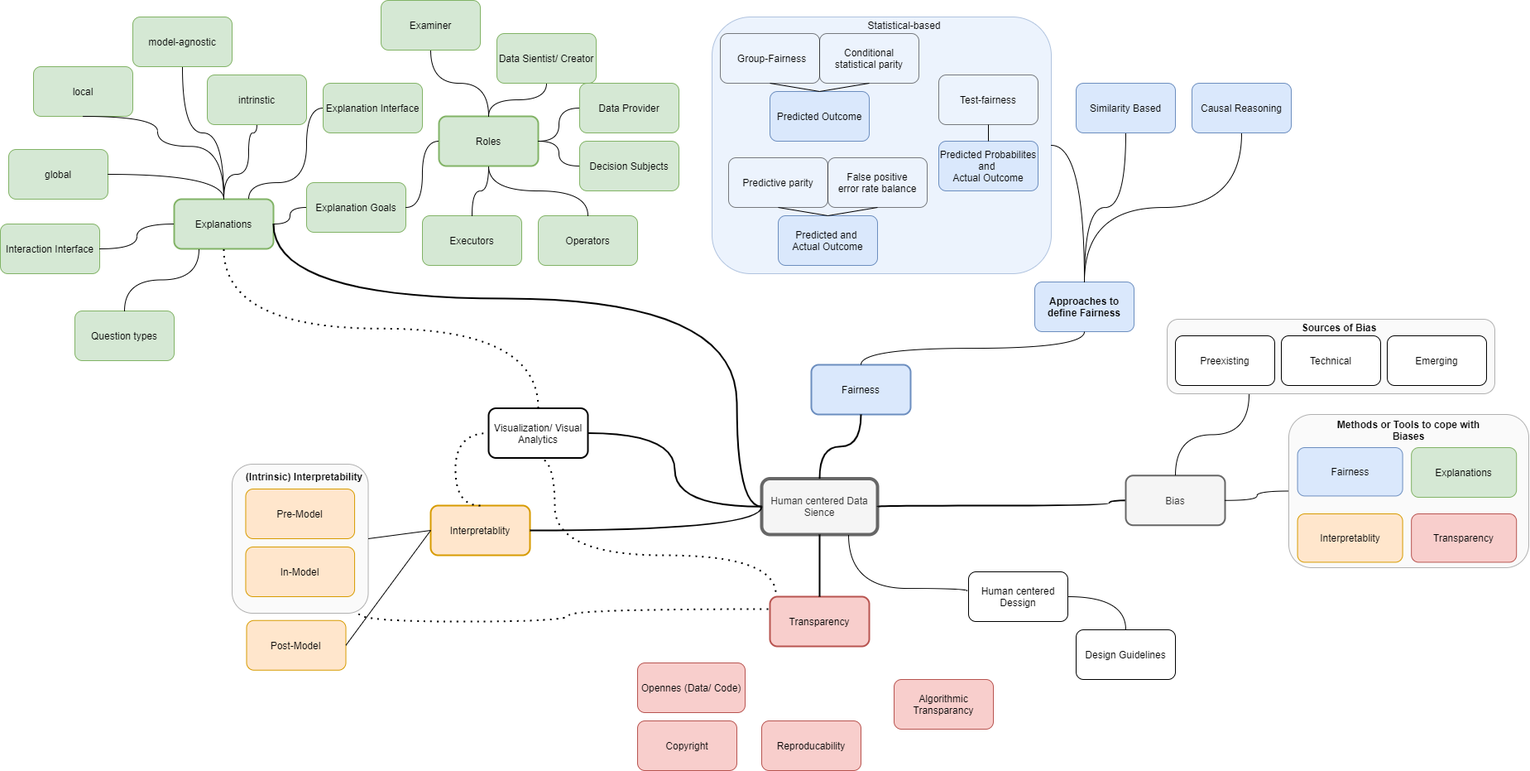
Earlier version of the draw.io export assignments/A7_Ethics/albe/albe_mind_map.png (FUB-HCC/hcds-winter-2020). Source tidied: cells renumbered, new cells last; positions are measured from the earlier drawing's top-left corner, leaving out a move shared by most shapes.
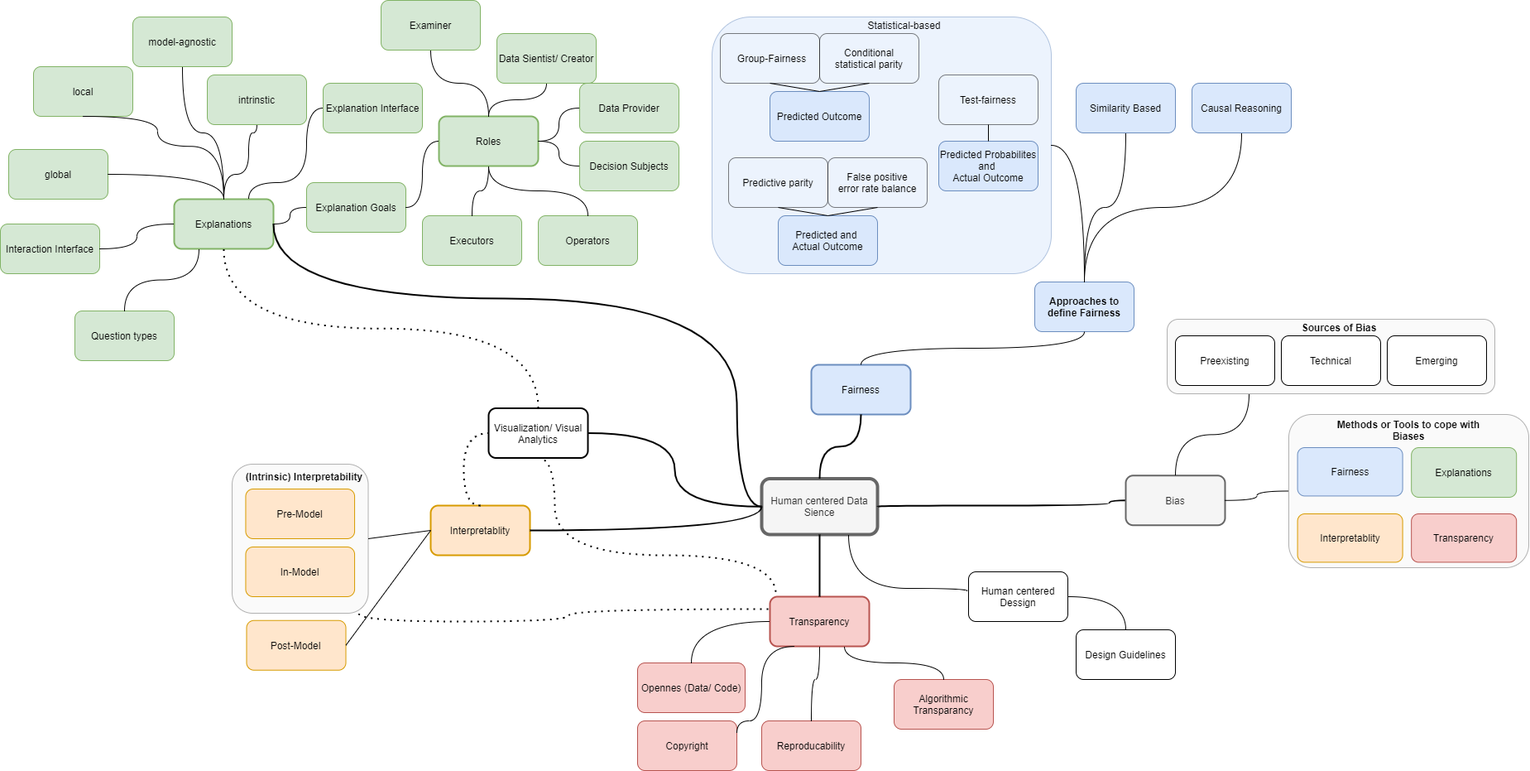
The same file after the commit.

Commit message:
correcting mindmap

Diff of the diagram source:
```diff
@@ -271,8 +271,8 @@
     <mxCell id="79" style="endArrow=none;dashed=1;html=1;dashPattern=1 3;strokeWidth=2;shadow=0;exitX=0.5;exitY=0;exitDx=0;exitDy=0;entryX=0;entryY=0.5;entryDx=0;entryDy=0;edgeStyle=orthogonalEdgeStyle;curved=1;" parent="1" edge="1" source="8" target="17">
       <mxGeometry relative="1" as="geometry">
         <Array as="points">
-          <mxPoint x="550" y="610" />
-          <mxPoint x="550" y="523" />
+          <mxPoint x="560" y="610" />
+          <mxPoint x="560" y="522" />
         </Array>
       </mxGeometry>
     </mxCell>
@@ -362,5 +362,28 @@
     <mxCell id="104" style="endArrow=none;html=1;shadow=0;strokeWidth=1;exitX=1;exitY=0.5;exitDx=0;exitDy=0;entryX=0.5;entryY=0;entryDx=0;entryDy=0;edgeStyle=orthogonalEdgeStyle;curved=1;" parent="1" edge="1" source="102" target="22">
       <mxGeometry relative="1" as="geometry" />
     </mxCell>
+    <mxCell id="105" style="endArrow=none;html=1;shadow=0;strokeWidth=1;entryX=0.5;entryY=0;entryDx=0;entryDy=0;edgeStyle=orthogonalEdgeStyle;curved=1;" parent="1" edge="1" source="3" target="5">
+      <mxGeometry relative="1" as="geometry" />
+    </mxCell>
+    <mxCell id="106" style="endArrow=none;html=1;shadow=0;strokeWidth=1;exitX=0.25;exitY=1;exitDx=0;exitDy=0;entryX=1;entryY=0.25;entryDx=0;entryDy=0;edgeStyle=orthogonalEdgeStyle;curved=1;" parent="1" edge="1" source="3" target="6">
+      <mxGeometry relative="1" as="geometry">
+        <Array as="points">
+          <mxPoint x="920" y="780" />
+          <mxPoint x="920" y="870" />
+          <mxPoint x="890" y="870" />
+        </Array>
+      </mxGeometry>
+    </mxCell>
+    <mxCell id="107" style="endArrow=none;html=1;shadow=0;strokeWidth=1;exitX=0.5;exitY=1;exitDx=0;exitDy=0;entryX=0.5;entryY=0;entryDx=0;entryDy=0;edgeStyle=orthogonalEdgeStyle;curved=1;" parent="1" edge="1" source="3" target="4">
+      <mxGeometry relative="1" as="geometry">
+        <Array as="points">
+          <mxPoint x="990" y="820" />
+          <mxPoint x="980" y="820" />
+        </Array>
+      </mxGeometry>
+    </mxCell>
+    <mxCell id="108" style="endArrow=none;html=1;shadow=0;strokeWidth=1;exitX=0.75;exitY=1;exitDx=0;exitDy=0;edgeStyle=orthogonalEdgeStyle;curved=1;" parent="1" edge="1" source="3" target="7">
+      <mxGeometry relative="1" as="geometry" />
+    </mxCell>
   </root>
 </mxGraphModel>
```
